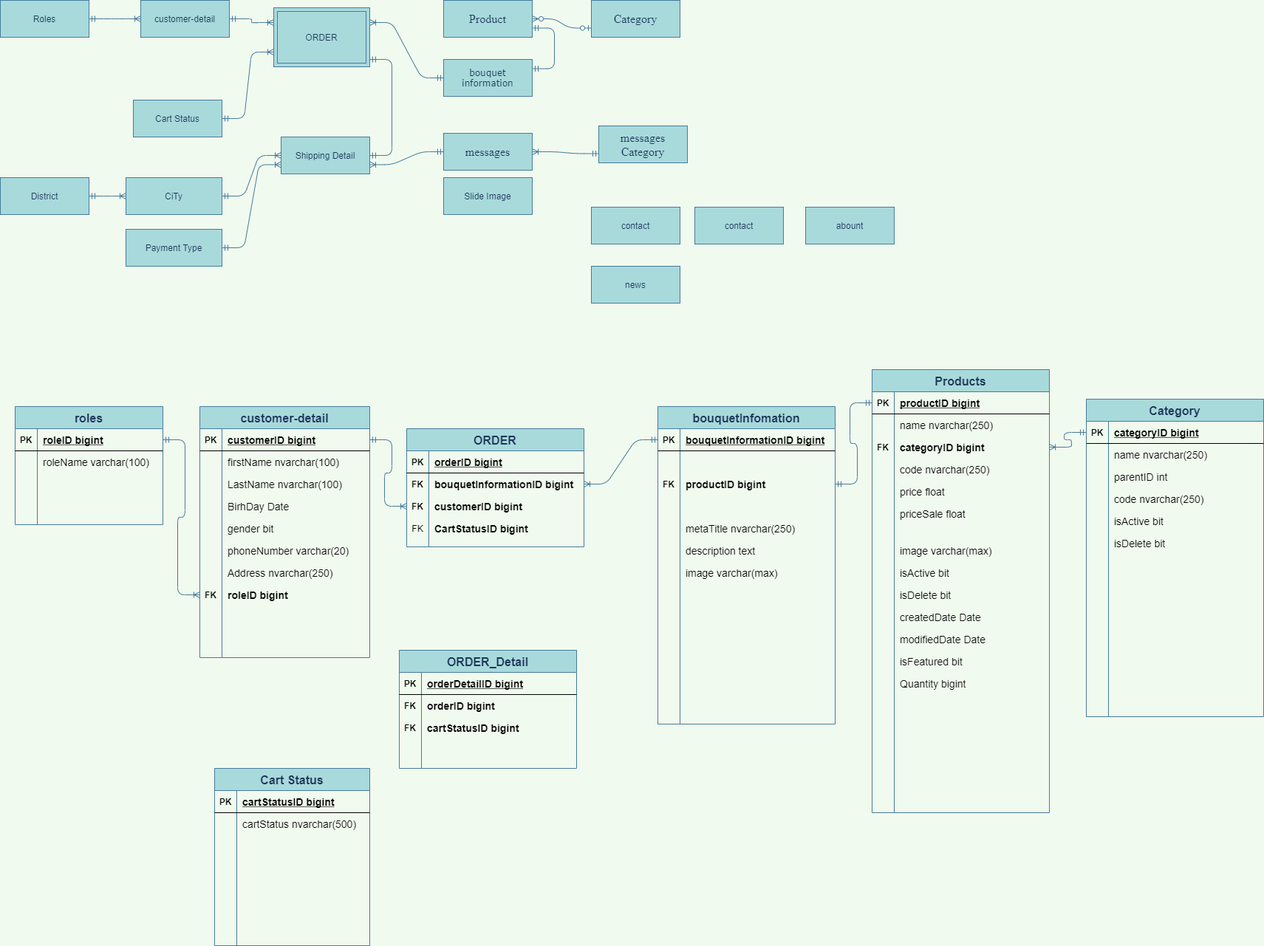
Above: Untitled Diagram.png in maialino123/Eproject-SEM3 (draw.io), before the change. Source tidied: cells renumbered, new cells last; positions are measured from the earlier drawing's top-left corner, leaving out a move shared by most shapes.
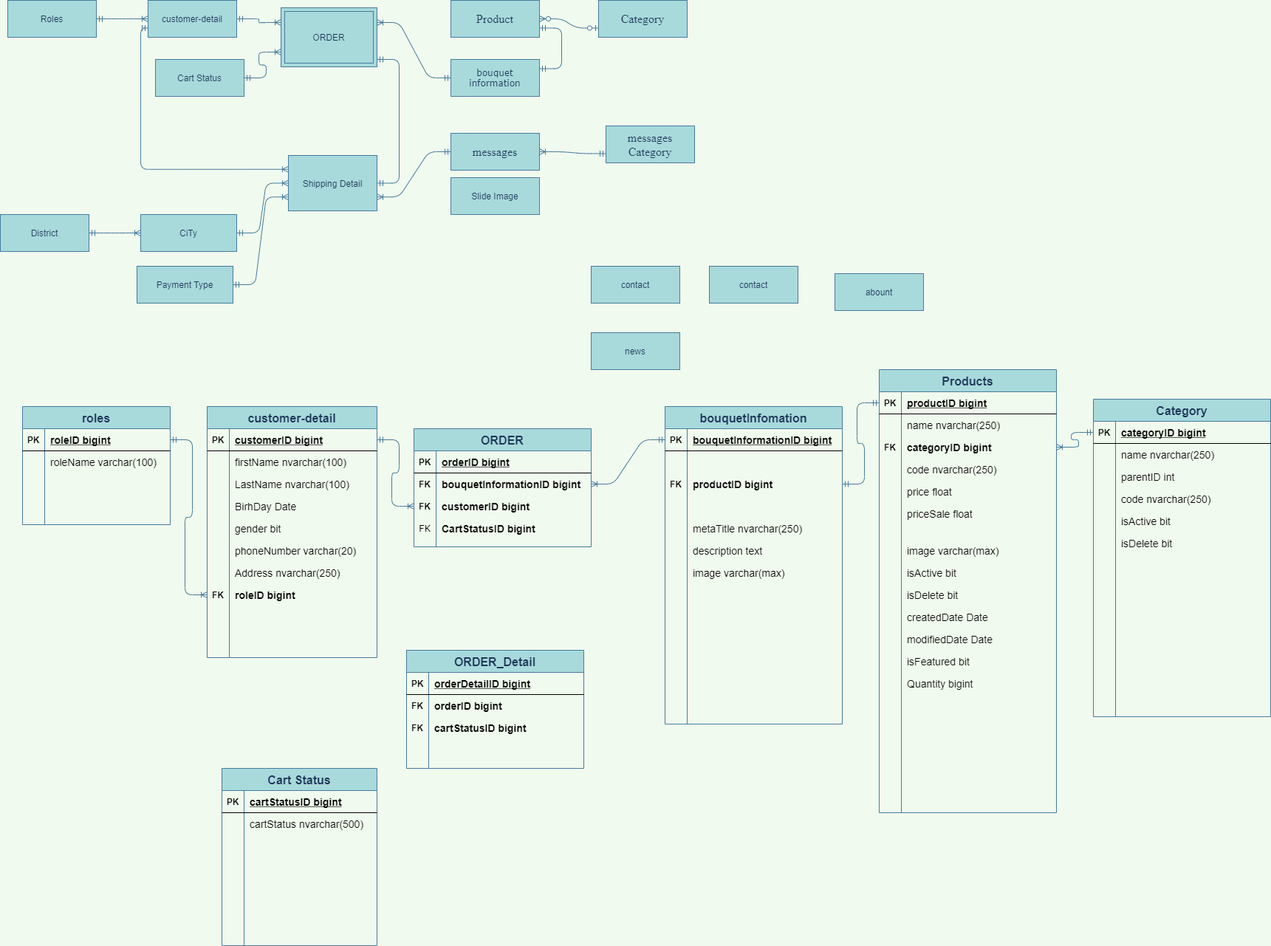
After the change.

What changed in the source:
```diff
@@ -30,16 +30,16 @@
       <mxGeometry relative="1" as="geometry" />
     </mxCell>
     <mxCell id="11" value="District" style="whiteSpace=wrap;html=1;align=center;rounded=0;sketch=0;fontColor=#1D3557;strokeColor=#457B9D;fillColor=#A8DADC;" parent="1" vertex="1">
-      <mxGeometry y="240" width="120" height="50" as="geometry" />
+      <mxGeometry x="-10" y="290" width="120" height="50" as="geometry" />
     </mxCell>
     <mxCell id="12" value="CiTy" style="whiteSpace=wrap;html=1;align=center;rounded=0;sketch=0;fontColor=#1D3557;strokeColor=#457B9D;fillColor=#A8DADC;" parent="1" vertex="1">
-      <mxGeometry x="170" y="240" width="130" height="50" as="geometry" />
+      <mxGeometry x="180" y="290" width="130" height="50" as="geometry" />
     </mxCell>
     <mxCell id="13" style="edgeStyle=entityRelationEdgeStyle;fontSize=12;html=1;endArrow=ERoneToMany;startArrow=ERmandOne;fontColor=#1D3557;strokeColor=#457B9D;fillColor=#A8DADC;entryX=0;entryY=0.5;entryDx=0;entryDy=0;exitX=1;exitY=0.5;exitDx=0;exitDy=0;labelBackgroundColor=#F1FAEE;" parent="1" edge="1" source="11" target="12">
       <mxGeometry relative="1" as="geometry" />
     </mxCell>
     <mxCell id="14" value="Cart Status" style="whiteSpace=wrap;html=1;align=center;rounded=0;sketch=0;fontColor=#1D3557;strokeColor=#457B9D;fillColor=#A8DADC;" parent="1" vertex="1">
-      <mxGeometry x="180" y="135" width="120" height="50" as="geometry" />
+      <mxGeometry x="200" y="80" width="120" height="50" as="geometry" />
     </mxCell>
     <mxCell id="15" value="Roles" style="whiteSpace=wrap;html=1;align=center;rounded=0;sketch=0;fontColor=#1D3557;strokeColor=#457B9D;fillColor=#A8DADC;" parent="1" vertex="1">
       <mxGeometry width="120" height="50" as="geometry" />
@@ -60,7 +60,7 @@
       <mxGeometry relative="1" as="geometry" />
     </mxCell>
     <mxCell id="21" value="Shipping Detail" style="whiteSpace=wrap;html=1;align=center;rounded=0;sketch=0;fontColor=#1D3557;strokeColor=#457B9D;fillColor=#A8DADC;" parent="1" vertex="1">
-      <mxGeometry x="380" y="185" width="120" height="50" as="geometry" />
+      <mxGeometry x="380" y="210" width="120" height="75" as="geometry" />
     </mxCell>
     <mxCell id="22" value="ORDER" style="shape=ext;margin=3;double=1;whiteSpace=wrap;html=1;align=center;fillColor=#A8DADC;strokeColor=#457B9D;fontColor=#1D3557;" parent="1" vertex="1">
       <mxGeometry x="370" y="10" width="130" height="80" as="geometry" />
@@ -77,22 +77,22 @@
       </mxGeometry>
     </mxCell>
     <mxCell id="26" value="Payment Type" style="whiteSpace=wrap;html=1;align=center;rounded=0;sketch=0;fontColor=#1D3557;strokeColor=#457B9D;fillColor=#A8DADC;" parent="1" vertex="1">
-      <mxGeometry x="170" y="310" width="130" height="50" as="geometry" />
+      <mxGeometry x="175" y="360" width="130" height="50" as="geometry" />
     </mxCell>
     <mxCell id="27" style="edgeStyle=entityRelationEdgeStyle;fontSize=12;html=1;endArrow=ERoneToMany;startArrow=ERmandOne;fontColor=#1D3557;strokeColor=#457B9D;fillColor=#A8DADC;entryX=0;entryY=0.75;entryDx=0;entryDy=0;labelBackgroundColor=#F1FAEE;exitX=1;exitY=0.5;exitDx=0;exitDy=0;" parent="1" edge="1" source="26" target="21">
       <mxGeometry relative="1" as="geometry" />
     </mxCell>
     <mxCell id="28" value="abount" style="whiteSpace=wrap;html=1;align=center;rounded=0;sketch=0;fontColor=#1D3557;strokeColor=#457B9D;fillColor=#A8DADC;" parent="1" vertex="1">
-      <mxGeometry x="1090" y="280" width="120" height="50" as="geometry" />
+      <mxGeometry x="1120" y="370" width="120" height="50" as="geometry" />
     </mxCell>
     <mxCell id="29" value="contact" style="whiteSpace=wrap;html=1;align=center;rounded=0;sketch=0;fontColor=#1D3557;strokeColor=#457B9D;fillColor=#A8DADC;" parent="1" vertex="1">
-      <mxGeometry x="800" y="280" width="120" height="50" as="geometry" />
+      <mxGeometry x="790" y="360" width="120" height="50" as="geometry" />
     </mxCell>
     <mxCell id="30" value="contact" style="whiteSpace=wrap;html=1;align=center;rounded=0;sketch=0;fontColor=#1D3557;strokeColor=#457B9D;fillColor=#A8DADC;" parent="1" vertex="1">
-      <mxGeometry x="940" y="280" width="120" height="50" as="geometry" />
+      <mxGeometry x="950" y="360" width="120" height="50" as="geometry" />
     </mxCell>
     <mxCell id="31" value="news" style="whiteSpace=wrap;html=1;align=center;rounded=0;sketch=0;fontColor=#1D3557;strokeColor=#457B9D;fillColor=#A8DADC;" parent="1" vertex="1">
-      <mxGeometry x="800" y="360" width="120" height="50" as="geometry" />
+      <mxGeometry x="790" y="450" width="120" height="50" as="geometry" />
     </mxCell>
     <mxCell id="32" value="roles" style="shape=table;startSize=30;rowLines=0;fontStyle=1;align=center;rounded=0;sketch=0;fontColor=#1D3557;strokeColor=#457B9D;fillColor=#A8DADC;fontSize=16;" parent="1" vertex="1">
       <mxGeometry x="20" y="550" width="200" height="160" as="geometry" />
@@ -646,5 +646,8 @@
     <mxCell id="215" style="shape=partialRectangle;fillColor=none;top=0;left=0;bottom=0;right=0;align=left;spacingLeft=6;overflow=hidden;" parent="213" vertex="1">
       <mxGeometry x="30" width="210" height="30" as="geometry" />
     </mxCell>
+    <mxCell id="216" style="edgeStyle=orthogonalEdgeStyle;fontSize=12;html=1;endArrow=ERoneToMany;startArrow=ERmandOne;fontColor=#1D3557;strokeColor=#457B9D;fillColor=#A8DADC;entryX=0;entryY=0.25;entryDx=0;entryDy=0;exitX=0;exitY=0.75;exitDx=0;exitDy=0;labelBackgroundColor=#F1FAEE;" parent="1" edge="1" source="2" target="21">
+      <mxGeometry relative="1" as="geometry" />
+    </mxCell>
   </root>
 </mxGraphModel>
```
